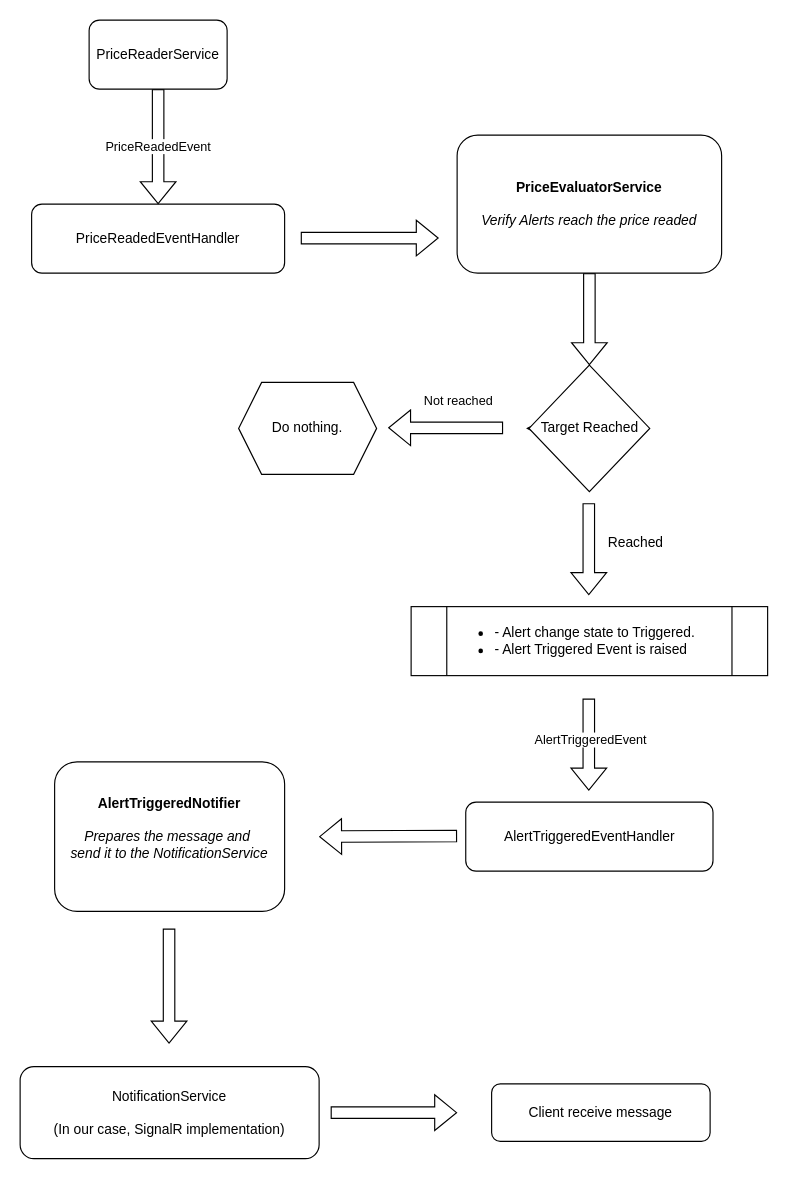
Before: src/TickerAlert.drawio in akhlexe/ticker-alerts, a draw.io diagram. Source tidied: cells renumbered, new cells numbered last; positions are measured from the earlier drawing's top-left corner, leaving out a move shared by most shapes. Both pictures are drawn from the tidied source at 115%, with x=0, y=0 at pixel (20, 20).
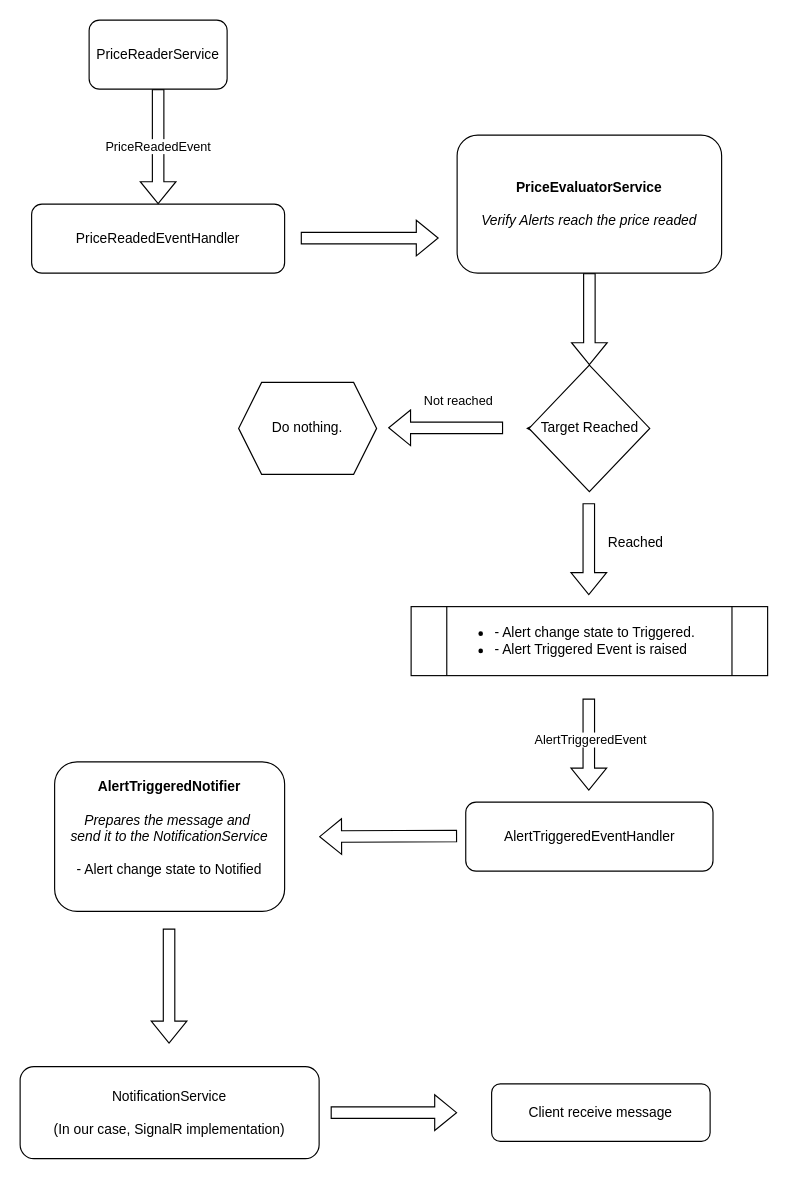
The same page after the edit.

The edit, as a diff of the source:
```diff
@@
-    <mxCell id="21" value="&lt;b&gt;AlertTriggeredNotifier&lt;/b&gt;&lt;div&gt;&lt;br&gt;&lt;/div&gt;&lt;div&gt;&lt;span style=&quot;text-wrap: nowrap;&quot;&gt;&lt;i&gt;Prepares the message and&amp;nbsp;&lt;/i&gt;&lt;/span&gt;&lt;/div&gt;&lt;div&gt;&lt;span style=&quot;text-wrap: nowrap;&quot;&gt;&lt;i&gt;send it to the NotificationService&lt;/i&gt;&lt;/span&gt;&lt;br&gt;&lt;/div&gt;&lt;div&gt;&lt;span style=&quot;text-wrap: nowrap;&quot;&gt;&lt;br&gt;&lt;/span&gt;&lt;/div&gt;" style="rounded=1;whiteSpace=wrap;html=1;" parent="1" vertex="1">
+    <mxCell id="21" value="&lt;b&gt;AlertTriggeredNotifier&lt;/b&gt;&lt;div&gt;&lt;br&gt;&lt;/div&gt;&lt;div&gt;&lt;span style=&quot;text-wrap: nowrap;&quot;&gt;&lt;i&gt;Prepares the message and&amp;nbsp;&lt;/i&gt;&lt;/span&gt;&lt;/div&gt;&lt;div&gt;&lt;span style=&quot;text-wrap: nowrap;&quot;&gt;&lt;i&gt;send it to the NotificationService&lt;br&gt;&lt;/i&gt;&lt;/span&gt;&lt;br&gt;- Alert change state to Notified&lt;br&gt;&lt;/div&gt;&lt;div&gt;&lt;span style=&quot;text-wrap: nowrap;&quot;&gt;&lt;br&gt;&lt;/span&gt;&lt;/div&gt;" style="rounded=1;whiteSpace=wrap;html=1;" parent="1" vertex="1">
       <mxGeometry x="30" y="645" width="200" height="130" as="geometry" />
     </mxCell>
```
